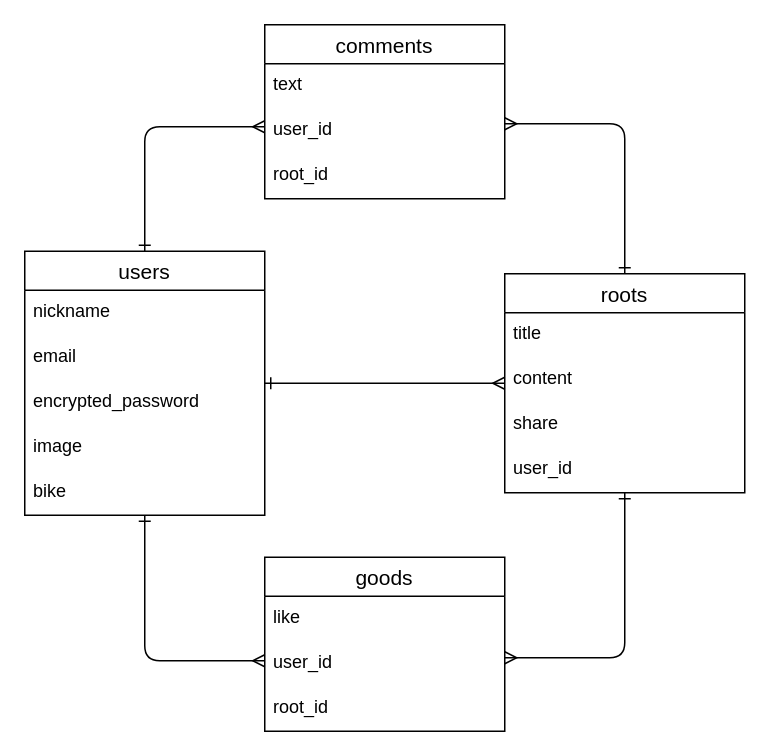
This is ER.dio from ryutanishioka/rootshare, a draw.io file, before an edit. Source tidied: cells renumbered, new cells numbered last; positions are measured from the earlier drawing's top-left corner, leaving out a move shared by most shapes. Both pictures are drawn from the tidied source at 150%, with x=0, y=0 at pixel (24, 24).
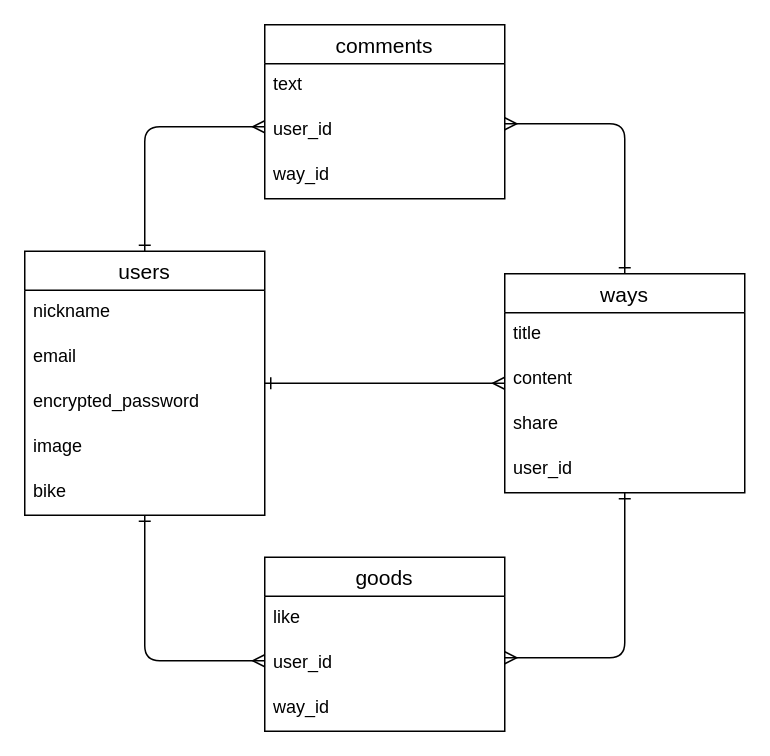
The same page after the edit.

The change refers to these unchanged cells:
```xml
<mxCell id="2" value="goods" style="swimlane;fontStyle=0;horizontal=1;startSize=26;align=center;fontSize=14;" parent="1" vertex="1">
  <mxGeometry x="160" y="355" width="160" height="116" as="geometry" />
</mxCell>
<mxCell id="12" value="comments" style="swimlane;fontStyle=0;horizontal=1;startSize=26;align=center;fontSize=14;" parent="1" vertex="1">
  <mxGeometry x="160" width="160" height="116" as="geometry" />
</mxCell>
```

What changed in the source:
```diff
@@
-    <mxCell id="5" value="root_id" style="text;strokeColor=none;fillColor=none;spacingLeft=4;spacingRight=4;overflow=hidden;fontSize=12;" parent="2" vertex="1">
+    <mxCell id="5" value="way_id" style="text;strokeColor=none;fillColor=none;spacingLeft=4;spacingRight=4;overflow=hidden;fontSize=12;" parent="2" vertex="1">
       <mxGeometry y="86" width="160" height="30" as="geometry" />
     </mxCell>
@@
-    <mxCell id="15" value="root_id" style="text;strokeColor=none;fillColor=none;spacingLeft=4;spacingRight=4;overflow=hidden;fontSize=12;" parent="12" vertex="1">
+    <mxCell id="15" value="way_id" style="text;strokeColor=none;fillColor=none;spacingLeft=4;spacingRight=4;overflow=hidden;fontSize=12;" parent="12" vertex="1">
       <mxGeometry y="86" width="160" height="30" as="geometry" />
     </mxCell>
-    <mxCell id="16" value="roots" style="swimlane;fontStyle=0;horizontal=1;startSize=26;align=center;fontSize=14;" parent="1" vertex="1">
+    <mxCell id="16" value="ways" style="swimlane;fontStyle=0;horizontal=1;startSize=26;align=center;fontSize=14;" parent="1" vertex="1">
       <mxGeometry x="320" y="166" width="160" height="146" as="geometry" />
     </mxCell>
```
